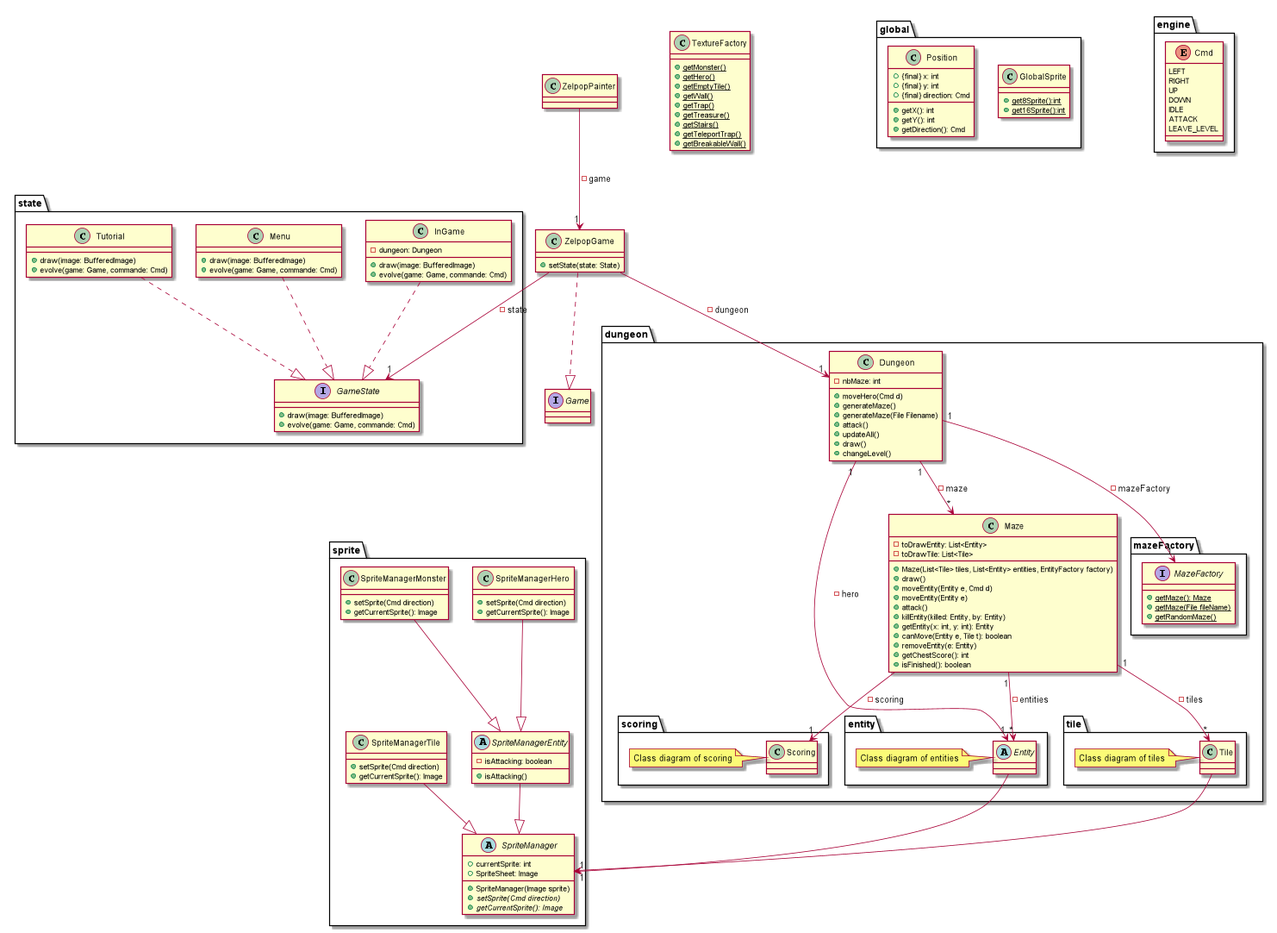
Above: doc/third_sprint/diagrams/class/global.png in Reynault/ACL_2019_Zelpop (PlantUML), before the change.
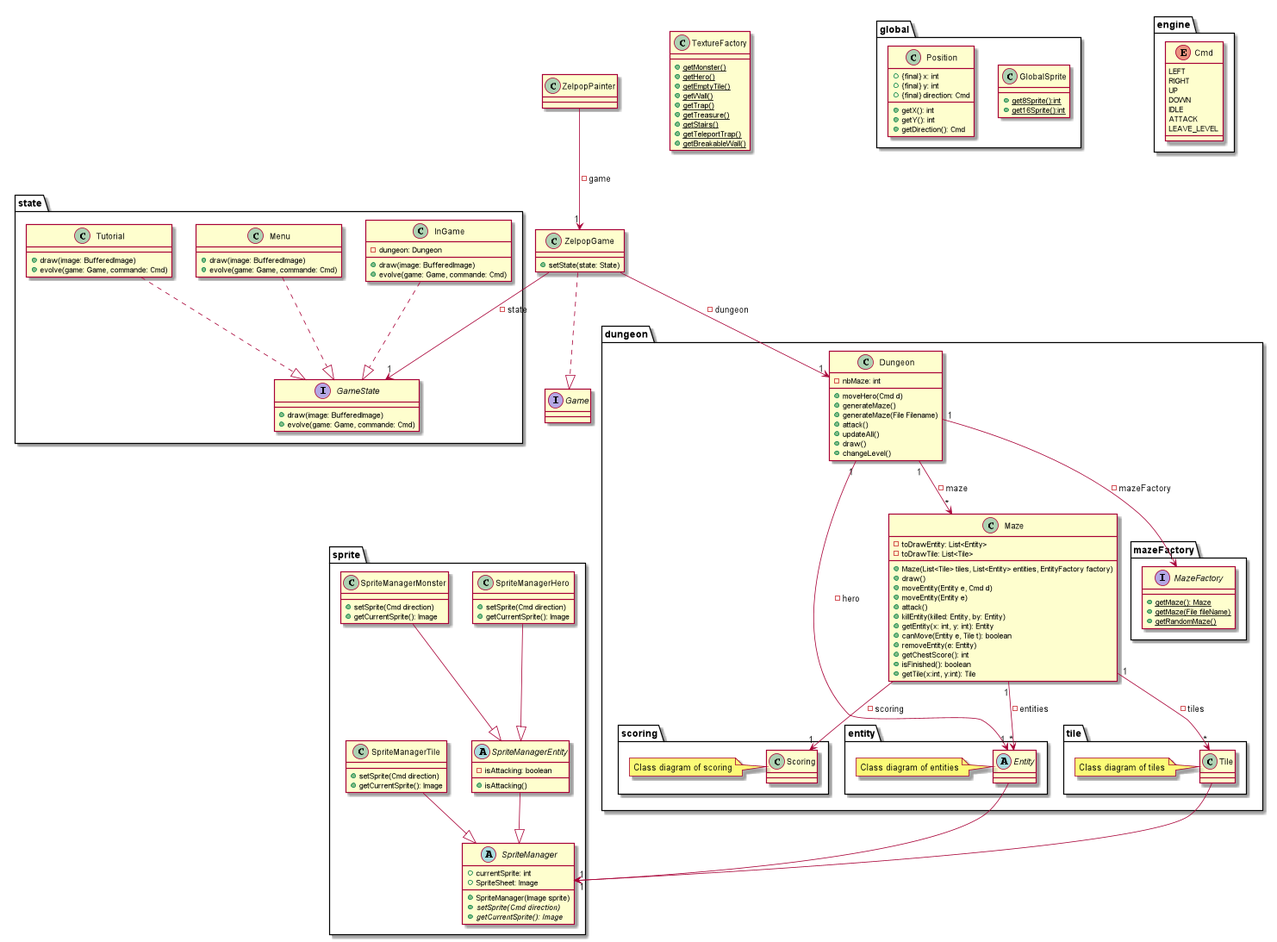
After the change.

What changed in the source:
```diff
@@ -59,6 +59,7 @@
         + removeEntity(e: Entity)
         + getChestScore(): int
         + isFinished(): boolean
+        + getTile(x:int, y:int): Tile
     }
 
     package scoring{
```
